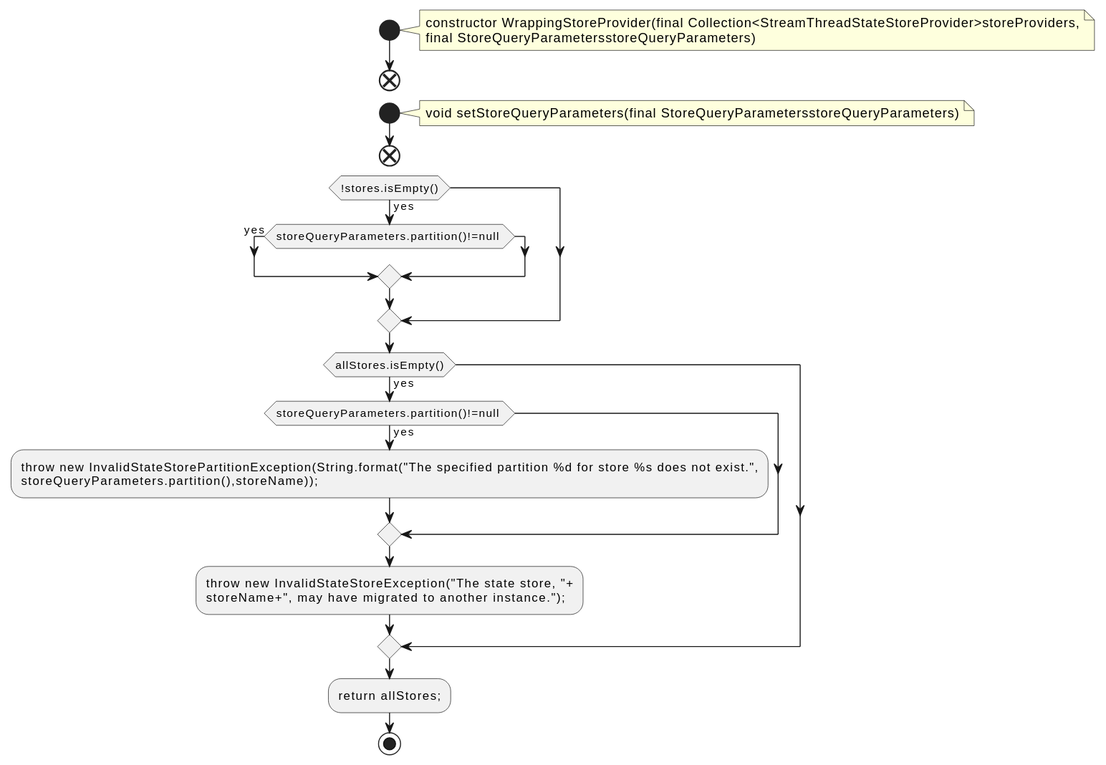
This is docs/qc/streams/src/main/java/org/apache/kafka/streams/state/internals/WrappingStoreProvider.java.fct.svg from qualitesys/kafka, a PlantUML export, as it was before one commit.
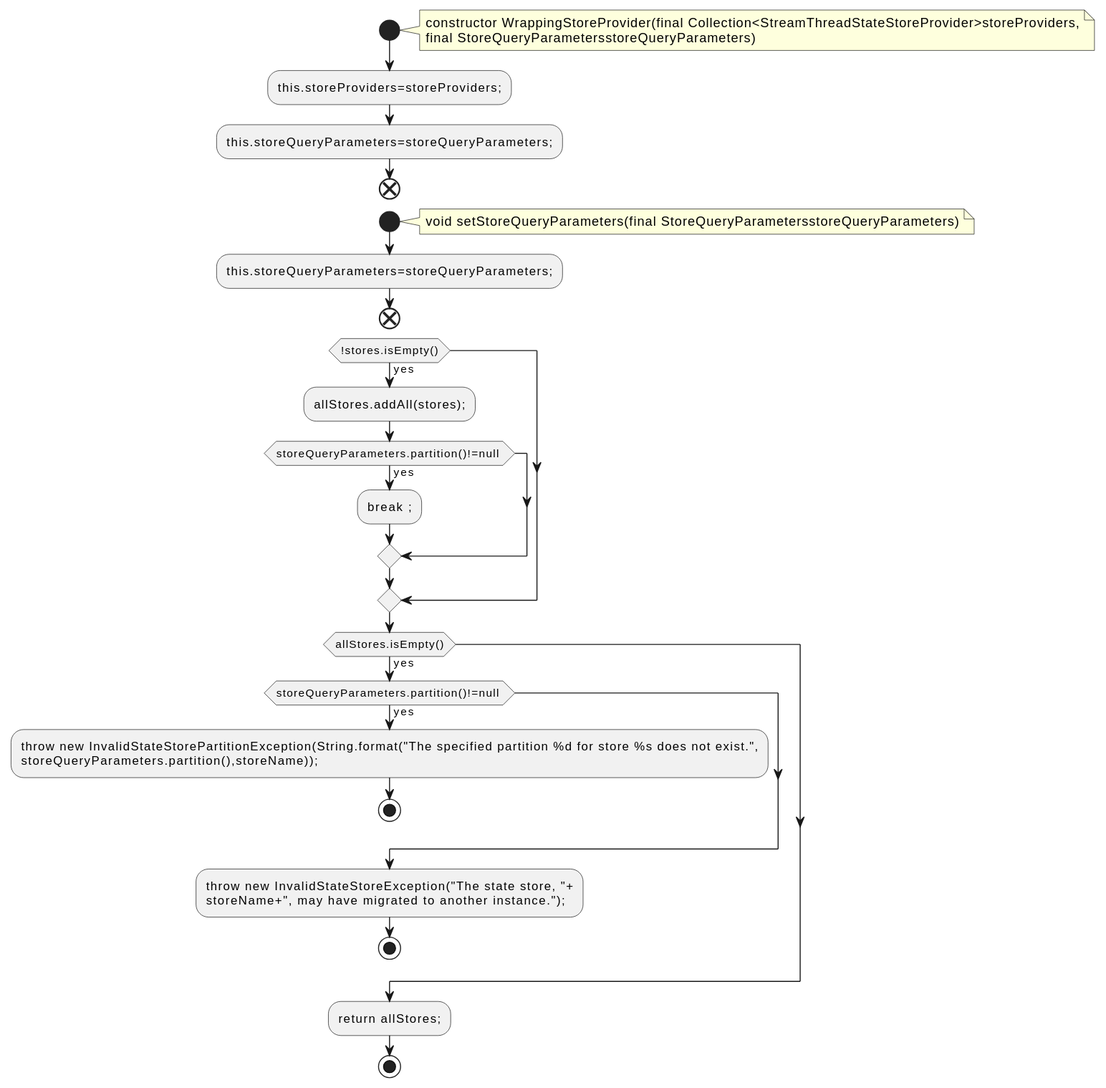
After the change.

The edit, as a diff of the source:
```diff
@@ -5,23 +5,30 @@
 constructor WrappingStoreProvider(final Collection<StreamThreadStateStoreProvider>storeProviders,
 final StoreQueryParametersstoreQueryParameters)
 end note
+:this.storeProviders=storeProviders;;
+:this.storeQueryParameters=storeQueryParameters;;
 end
 start
 note right
 void setStoreQueryParameters(final StoreQueryParametersstoreQueryParameters)
 end note
+:this.storeQueryParameters=storeQueryParameters;;
 end
 if (!stores.isEmpty()) then (yes)
+:allStores.addAll(stores);;
 if (storeQueryParameters.partition()!=null ) then (yes)
+:break ;;
 endif
 endif
 if (allStores.isEmpty()) then (yes)
 if (storeQueryParameters.partition()!=null ) then (yes)
 :throw new InvalidStateStorePartitionException(String.format("The specified partition %d for store %s does not exist.",
 storeQueryParameters.partition(),storeName));;
+stop
 endif
 :throw new InvalidStateStoreException("The state store, "+
 storeName+", may have migrated to another instance.");;
+stop
 endif
 :return allStores;;
 stop
```
